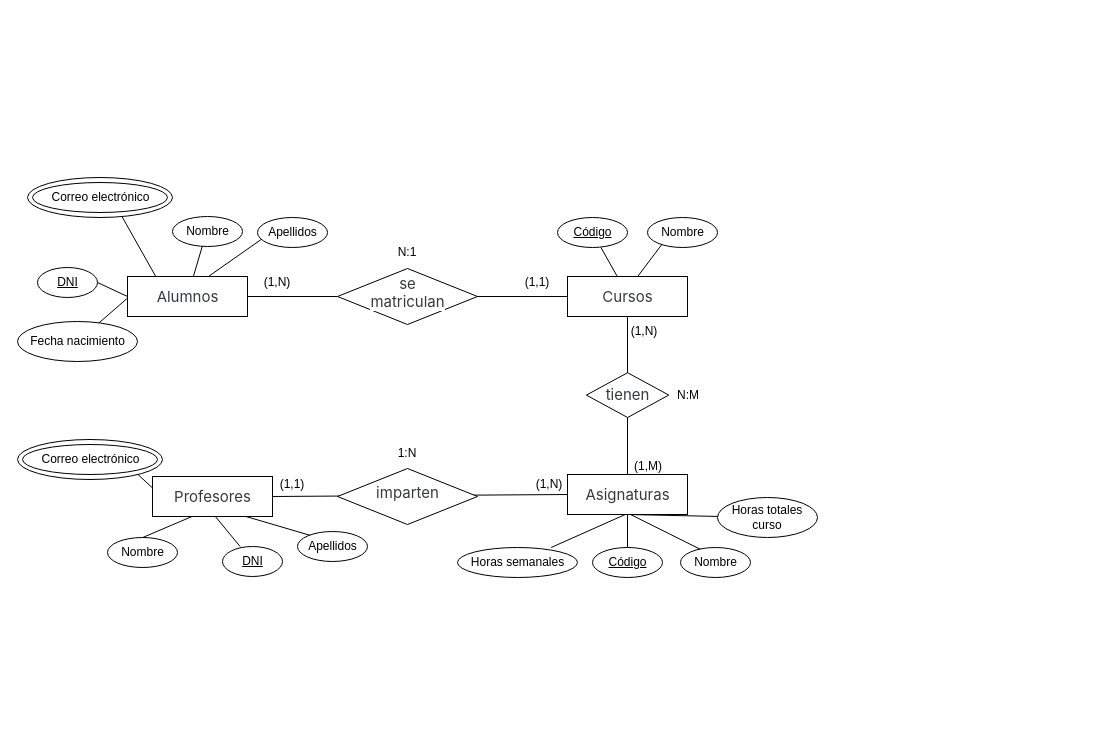
popnoart/popnoart keeps this draw.io diagram as Tarea 3 - Centro de formacion.drawio. Above is the earlier version. Source tidied: cells renumbered, new cells numbered last; positions are measured from the earlier drawing's top-left corner, leaving out a move shared by most shapes. Both pictures are drawn from the tidied source at 100%, with x=0, y=0 at pixel (17, 177).
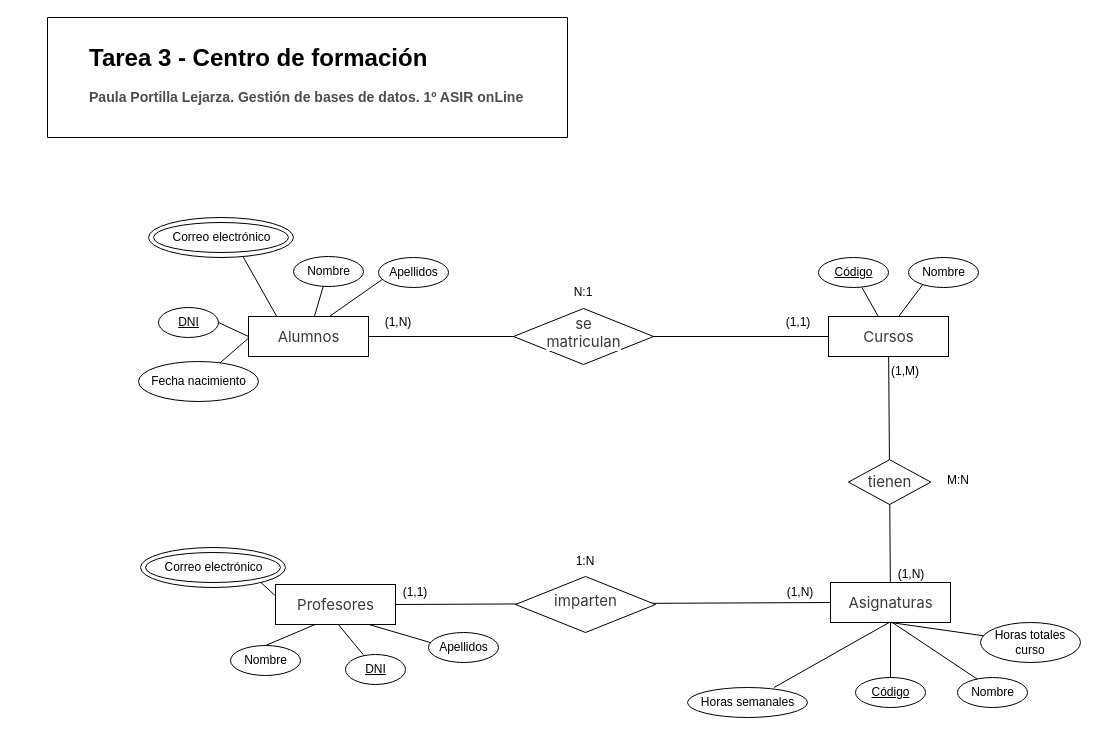
After the change.

The change refers to these unchanged cells:
```xml
<mxCell id="36" style="rounded=0;whiteSpace=wrap;html=1;labelBackgroundColor=default;" parent="35" vertex="1">
  <mxGeometry width="120" height="40" as="geometry" />
</mxCell>
<mxCell id="39" style="rounded=0;whiteSpace=wrap;html=1;" parent="38" vertex="1">
  <mxGeometry width="120" height="40" as="geometry" />
</mxCell>
<mxCell id="73" value="&lt;div style=&quot;text-align: left;&quot;&gt;&lt;font face=&quot;-apple-system, BlinkMacSystemFont, Segoe UI, Roboto, Helvetica Neue, Arial, Noto Sans, Liberation Sans, sans-serif, Apple Color Emoji, Segoe UI Emoji, Segoe UI Symbol, Noto Color Emoji&quot; color=&quot;#373a3c&quot;&gt;&lt;span style=&quot;font-size: 15px; text-wrap-mode: wrap; background-color: rgb(255, 255, 255);&quot;&gt;Profesores&lt;/span&gt;&lt;/font&gt;&lt;/div&gt;" style="text;html=1;align=center;verticalAlign=middle;points=[];strokeColor=none;fillColor=none;" parent="71" vertex="1">
  <mxGeometry x="10" y="5" width="100" height="30" as="geometry" />
</mxCell>
<mxCell id="80" value="Apellidos" style="text;html=1;align=center;verticalAlign=middle;points=[];strokeColor=none;fillColor=none;" parent="78" vertex="1">
  <mxGeometry width="70" height="30" as="geometry" />
</mxCell>
```

What changed in the source:
```diff
@@
-    <mxCell id="2" style="endArrow=none;html=1;rounded=0;entryX=0.517;entryY=1.108;entryDx=0;entryDy=0;entryPerimeter=0;" parent="1" edge="1" source="70" target="55">
-      <mxGeometry relative="1" as="geometry" />
-    </mxCell>
@@
-    <mxCell id="6" style="endArrow=none;html=1;rounded=0;entryX=0.691;entryY=1.026;entryDx=0;entryDy=0;entryPerimeter=0;exitX=0.286;exitY=0.2;exitDx=0;exitDy=0;exitPerimeter=0;" parent="1" edge="1" source="80" target="73">
-      <mxGeometry relative="1" as="geometry" />
+    <mxCell id="6" style="endArrow=none;html=1;rounded=0;entryX=0.691;entryY=1.026;entryDx=0;entryDy=0;entryPerimeter=0;exitX=0.286;exitY=0.2;exitDx=0;exitDy=0;exitPerimeter=0;" parent="1" edge="1" target="73">
+      <mxGeometry relative="1" as="geometry">
+        <mxPoint x="423" y="468" as="sourcePoint" />
+      </mxGeometry>
     </mxCell>
-    <mxCell id="7" style="endArrow=none;html=1;rounded=0;entryX=0.484;entryY=1.09;entryDx=0;entryDy=0;entryPerimeter=0;exitX=0.292;exitY=0.07;exitDx=0;exitDy=0;exitPerimeter=0;" parent="1" edge="1" source="64" target="55">
-      <mxGeometry relative="1" as="geometry" />
-    </mxCell>
-    <mxCell id="8" style="endArrow=none;html=1;rounded=0;" parent="1" edge="1" source="67" target="55">
-      <mxGeometry relative="1" as="geometry" />
-    </mxCell>
@@
     <mxCell id="12" style="endArrow=none;html=1;rounded=0;entryX=0;entryY=0.5;entryDx=0;entryDy=0;" parent="1" edge="1" target="39">
       <mxGeometry relative="1" as="geometry">
-        <mxPoint x="450" y="119" as="sourcePoint" />
+        <mxPoint x="626" y="159" as="sourcePoint" />
       </mxGeometry>
     </mxCell>
@@
     <mxCell id="18" style="group;labelBackgroundColor=default;" parent="1" vertex="1">
-      <mxGeometry x="155" y="39" width="70" height="30" as="geometry" />
+      <mxGeometry x="276" y="79" width="70" height="30" as="geometry" />
     </mxCell>
@@
     <mxCell id="21" style="group;labelBackgroundColor=default;" parent="1" vertex="1">
-      <mxGeometry x="240" y="40" width="70" height="30" as="geometry" />
+      <mxGeometry x="361" y="80" width="70" height="30" as="geometry" />
     </mxCell>
@@
     <mxCell id="24" style="group;labelBackgroundColor=default;" parent="1" vertex="1">
-      <mxGeometry x="20" y="90" width="60" height="30" as="geometry" />
+      <mxGeometry x="141" y="130" width="60" height="30" as="geometry" />
     </mxCell>
@@
     <mxCell id="27" style="group;labelBackgroundColor=default;" parent="1" vertex="1">
-      <mxGeometry y="144" width="120" height="40" as="geometry" />
+      <mxGeometry x="121" y="184" width="120" height="40" as="geometry" />
     </mxCell>
@@
     <mxCell id="30" style="group;labelBackgroundColor=default;" parent="1" vertex="1">
-      <mxGeometry x="10" width="205" height="40" as="geometry" />
+      <mxGeometry x="131" y="40" width="205" height="40" as="geometry" />
     </mxCell>
@@
     <mxCell id="35" style="group;" parent="1" vertex="1">
-      <mxGeometry x="110" y="99" width="120" height="40" as="geometry" />
+      <mxGeometry x="231" y="139" width="120" height="40" as="geometry" />
     </mxCell>
@@
     <mxCell id="38" style="group;labelBackgroundColor=default;" parent="1" vertex="1">
-      <mxGeometry x="550" y="99" width="120" height="45" as="geometry" />
+      <mxGeometry x="811" y="139" width="120" height="45" as="geometry" />
     </mxCell>
@@
     <mxCell id="41" style="group;labelBackgroundColor=default;" parent="1" vertex="1">
-      <mxGeometry x="630" y="40" width="70" height="30" as="geometry" />
+      <mxGeometry x="891" y="80" width="70" height="30" as="geometry" />
     </mxCell>
@@
     <mxCell id="44" style="group;labelBackgroundColor=default;" parent="1" vertex="1">
-      <mxGeometry x="540" y="40" width="70" height="30" as="geometry" />
+      <mxGeometry x="801" y="80" width="70" height="30" as="geometry" />
     </mxCell>
@@
     <mxCell id="47" style="group;labelBackgroundColor=default;" parent="1" vertex="1">
-      <mxGeometry x="310" y="97" width="170" height="50" as="geometry" />
+      <mxGeometry x="486" y="137" width="170" height="50" as="geometry" />
     </mxCell>
@@
     <mxCell id="50" style="endArrow=none;html=1;rounded=0;exitX=1;exitY=0.5;exitDx=0;exitDy=0;" parent="1" edge="1" source="36">
       <mxGeometry relative="1" as="geometry">
-        <mxPoint x="320" y="119" as="targetPoint" />
+        <mxPoint x="496" y="159" as="targetPoint" />
       </mxGeometry>
     </mxCell>
     <mxCell id="51" value="(1,1)" style="text;html=1;align=center;verticalAlign=middle;whiteSpace=wrap;rounded=0;" parent="1" vertex="1">
-      <mxGeometry x="490" y="90" width="60" height="30" as="geometry" />
+      <mxGeometry x="751" y="130" width="60" height="30" as="geometry" />
     </mxCell>
     <mxCell id="52" value="(1,&lt;span style=&quot;background-color: initial;&quot;&gt;N)&lt;/span&gt;" style="text;html=1;align=center;verticalAlign=middle;whiteSpace=wrap;rounded=0;" parent="1" vertex="1">
-      <mxGeometry x="230" y="90" width="60" height="30" as="geometry" />
+      <mxGeometry x="351" y="130" width="60" height="30" as="geometry" />
     </mxCell>
     <mxCell id="53" style="group;" parent="1" vertex="1">
-      <mxGeometry x="550" y="297" width="335" height="130" as="geometry" />
+      <mxGeometry x="693" y="422" width="335" height="130" as="geometry" />
     </mxCell>
+    <mxCell id="7" style="endArrow=none;html=1;rounded=0;entryX=0.484;entryY=1.09;entryDx=0;entryDy=0;entryPerimeter=0;exitX=0.292;exitY=0.07;exitDx=0;exitDy=0;exitPerimeter=0;" parent="53" edge="1" source="64" target="55">
+      <mxGeometry relative="1" as="geometry" />
+    </mxCell>
+    <mxCell id="2" style="endArrow=none;html=1;rounded=0;entryX=0.517;entryY=1.108;entryDx=0;entryDy=0;entryPerimeter=0;" parent="53" edge="1" source="70" target="55">
+      <mxGeometry relative="1" as="geometry" />
+    </mxCell>
     <mxCell id="54" style="rounded=0;whiteSpace=wrap;html=1;labelBackgroundColor=default;" parent="53" vertex="1">
-      <mxGeometry width="120" height="40" as="geometry" />
+      <mxGeometry x="120" y="-17" width="120" height="40" as="geometry" />
     </mxCell>
     <mxCell id="55" value="&lt;div style=&quot;text-align: left;&quot;&gt;&lt;font face=&quot;-apple-system, BlinkMacSystemFont, Segoe UI, Roboto, Helvetica Neue, Arial, Noto Sans, Liberation Sans, sans-serif, Apple Color Emoji, Segoe UI Emoji, Segoe UI Symbol, Noto Color Emoji&quot; color=&quot;#373a3c&quot;&gt;&lt;span style=&quot;font-size: 15px; text-wrap-mode: wrap; background-color: rgb(255, 255, 255);&quot;&gt;Asignaturas&lt;/span&gt;&lt;/font&gt;&lt;/div&gt;" style="text;html=1;align=center;verticalAlign=middle;points=[];strokeColor=none;fillColor=none;" parent="53" vertex="1">
-      <mxGeometry x="10" y="5" width="100" height="30" as="geometry" />
+      <mxGeometry x="130" y="-12" width="100" height="30" as="geometry" />
     </mxCell>
     <mxCell id="56" value="Horas totales curso" style="ellipse;whiteSpace=wrap;html=1;align=center;" parent="53" vertex="1">
-      <mxGeometry x="150" y="23" width="100" height="40" as="geometry" />
+      <mxGeometry x="270" y="23" width="100" height="40" as="geometry" />
     </mxCell>
@@
+    <mxCell id="68" style="group;" parent="53" vertex="1">
+      <mxGeometry x="-23" y="88" width="120" height="30" as="geometry" />
+    </mxCell>
+    <mxCell id="69" style="ellipse;whiteSpace=wrap;html=1;" parent="68" vertex="1">
+      <mxGeometry width="120" height="30" as="geometry" />
+    </mxCell>
+    <mxCell id="70" value="Horas semanales" style="text;html=1;align=center;verticalAlign=middle;points=[];strokeColor=none;fillColor=none;" parent="68" vertex="1">
+      <mxGeometry width="120" height="30" as="geometry" />
+    </mxCell>
+    <mxCell id="65" style="group;labelBackgroundColor=default;" parent="53" vertex="1">
+      <mxGeometry x="145" y="78" width="70" height="30" as="geometry" />
+    </mxCell>
+    <mxCell id="66" style="ellipse;whiteSpace=wrap;html=1;" parent="65" vertex="1">
+      <mxGeometry width="70" height="30" as="geometry" />
+    </mxCell>
+    <mxCell id="67" value="&lt;u&gt;Código&lt;/u&gt;" style="text;html=1;align=center;verticalAlign=middle;points=[];strokeColor=none;fillColor=none;" parent="65" vertex="1">
+      <mxGeometry x="5" width="60" height="30" as="geometry" />
+    </mxCell>
+    <mxCell id="8" style="endArrow=none;html=1;rounded=0;entryX=0.5;entryY=1;entryDx=0;entryDy=0;" parent="53" edge="1" source="67" target="54">
+      <mxGeometry relative="1" as="geometry" />
+    </mxCell>
+    <mxCell id="62" style="group;labelBackgroundColor=default;" parent="53" vertex="1">
+      <mxGeometry x="247" y="78" width="70" height="30" as="geometry" />
+    </mxCell>
+    <mxCell id="63" style="ellipse;whiteSpace=wrap;html=1;" parent="62" vertex="1">
+      <mxGeometry width="70" height="30" as="geometry" />
+    </mxCell>
+    <mxCell id="64" value="Nombre" style="text;html=1;align=center;verticalAlign=middle;points=[];strokeColor=none;fillColor=none;" parent="62" vertex="1">
+      <mxGeometry width="70" height="30" as="geometry" />
+    </mxCell>
     <mxCell id="58" style="group;labelBackgroundColor=default;" parent="1" vertex="1">
-      <mxGeometry x="563" y="200" width="100" height="40" as="geometry" />
+      <mxGeometry x="825" y="287" width="100" height="40" as="geometry" />
     </mxCell>
@@
-    <mxCell id="61" value="(1,M)" style="text;html=1;align=center;verticalAlign=middle;whiteSpace=wrap;rounded=0;" parent="1" vertex="1">
-      <mxGeometry x="601" y="274" width="60" height="30" as="geometry" />
+    <mxCell id="61" value="(1,N)" style="text;html=1;align=center;verticalAlign=middle;whiteSpace=wrap;rounded=0;" parent="1" vertex="1">
+      <mxGeometry x="864" y="382" width="60" height="30" as="geometry" />
     </mxCell>
-    <mxCell id="62" style="group;labelBackgroundColor=default;" parent="1" vertex="1">
-      <mxGeometry x="663" y="370" width="70" height="30" as="geometry" />
-    </mxCell>
-    <mxCell id="63" style="ellipse;whiteSpace=wrap;html=1;" parent="62" vertex="1">
-      <mxGeometry width="70" height="30" as="geometry" />
-    </mxCell>
-    <mxCell id="64" value="Nombre" style="text;html=1;align=center;verticalAlign=middle;points=[];strokeColor=none;fillColor=none;" parent="62" vertex="1">
-      <mxGeometry width="70" height="30" as="geometry" />
-    </mxCell>
-    <mxCell id="65" style="group;labelBackgroundColor=default;" parent="1" vertex="1">
-      <mxGeometry x="575" y="370" width="70" height="30" as="geometry" />
-    </mxCell>
-    <mxCell id="66" style="ellipse;whiteSpace=wrap;html=1;" parent="65" vertex="1">
-      <mxGeometry width="70" height="30" as="geometry" />
-    </mxCell>
-    <mxCell id="67" value="&lt;u&gt;Código&lt;/u&gt;" style="text;html=1;align=center;verticalAlign=middle;points=[];strokeColor=none;fillColor=none;" parent="65" vertex="1">
-      <mxGeometry x="5" width="60" height="30" as="geometry" />
-    </mxCell>
-    <mxCell id="68" style="group;" parent="1" vertex="1">
-      <mxGeometry x="440" y="370" width="120" height="30" as="geometry" />
-    </mxCell>
-    <mxCell id="69" style="ellipse;whiteSpace=wrap;html=1;" parent="68" vertex="1">
-      <mxGeometry width="120" height="30" as="geometry" />
-    </mxCell>
-    <mxCell id="70" value="Horas semanales" style="text;html=1;align=center;verticalAlign=middle;points=[];strokeColor=none;fillColor=none;" parent="68" vertex="1">
-      <mxGeometry width="120" height="30" as="geometry" />
-    </mxCell>
     <mxCell id="71" style="group;" parent="1" vertex="1">
-      <mxGeometry x="135" y="299" width="120" height="40" as="geometry" />
+      <mxGeometry x="258" y="407" width="120" height="40" as="geometry" />
     </mxCell>
@@
     <mxCell id="75" style="group;labelBackgroundColor=default;" parent="1" vertex="1">
-      <mxGeometry x="310" y="297" width="170" height="50" as="geometry" />
+      <mxGeometry x="488" y="405" width="170" height="50" as="geometry" />
     </mxCell>
@@
     <mxCell id="78" style="group;labelBackgroundColor=default;" parent="1" vertex="1">
-      <mxGeometry x="280" y="354" width="70" height="30" as="geometry" />
+      <mxGeometry x="411" y="455" width="70" height="30" as="geometry" />
     </mxCell>
@@
     <mxCell id="81" style="group;labelBackgroundColor=default;" parent="1" vertex="1">
-      <mxGeometry x="205" y="369" width="60" height="30" as="geometry" />
+      <mxGeometry x="328" y="477" width="60" height="30" as="geometry" />
     </mxCell>
@@
     <mxCell id="84" style="group;labelBackgroundColor=default;" parent="1" vertex="1">
-      <mxGeometry x="90" y="360" width="70" height="30" as="geometry" />
+      <mxGeometry x="213" y="468" width="70" height="30" as="geometry" />
     </mxCell>
@@
     <mxCell id="87" style="group;labelBackgroundColor=default;" parent="1" vertex="1">
-      <mxGeometry y="262" width="205" height="40" as="geometry" />
+      <mxGeometry x="123" y="370" width="205" height="40" as="geometry" />
     </mxCell>
@@
     <mxCell id="92" value="(1,N)" style="text;html=1;align=center;verticalAlign=middle;whiteSpace=wrap;rounded=0;" parent="1" vertex="1">
-      <mxGeometry x="502" y="280" width="60" height="54" as="geometry" />
+      <mxGeometry x="753" y="388" width="60" height="54" as="geometry" />
     </mxCell>
     <mxCell id="93" value="(1,1)" style="text;html=1;align=center;verticalAlign=middle;whiteSpace=wrap;rounded=0;" parent="1" vertex="1">
-      <mxGeometry x="255" y="292" width="40" height="30" as="geometry" />
+      <mxGeometry x="378" y="400" width="40" height="30" as="geometry" />
     </mxCell>
-    <mxCell id="94" value="(1,&lt;span style=&quot;background-color: initial;&quot;&gt;N)&lt;/span&gt;" style="text;html=1;align=center;verticalAlign=middle;whiteSpace=wrap;rounded=0;" parent="1" vertex="1">
-      <mxGeometry x="597" y="139" width="60" height="30" as="geometry" />
+    <mxCell id="94" value="(1,&lt;span style=&quot;background-color: initial;&quot;&gt;M)&lt;/span&gt;" style="text;html=1;align=center;verticalAlign=middle;whiteSpace=wrap;rounded=0;" parent="1" vertex="1">
+      <mxGeometry x="858" y="179" width="60" height="30" as="geometry" />
     </mxCell>
-    <mxCell id="95" value="N:M" style="text;html=1;align=center;verticalAlign=middle;whiteSpace=wrap;rounded=0;" parent="1" vertex="1">
-      <mxGeometry x="641" y="191" width="60" height="54" as="geometry" />
+    <mxCell id="95" value="M:N" style="text;html=1;align=center;verticalAlign=middle;whiteSpace=wrap;rounded=0;" parent="1" vertex="1">
+      <mxGeometry x="911" y="276" width="60" height="54" as="geometry" />
     </mxCell>
@@
     <mxCell id="97" value="N:1" style="text;html=1;align=center;verticalAlign=middle;whiteSpace=wrap;rounded=0;" parent="1" vertex="1">
-      <mxGeometry x="360" y="48" width="60" height="54" as="geometry" />
+      <mxGeometry x="536" y="88" width="60" height="54" as="geometry" />
     </mxCell>
     <mxCell id="98" value="1:N" style="text;html=1;align=center;verticalAlign=middle;whiteSpace=wrap;rounded=0;" parent="1" vertex="1">
-      <mxGeometry x="360" y="249" width="60" height="54" as="geometry" />
+      <mxGeometry x="538" y="357" width="60" height="54" as="geometry" />
     </mxCell>
+    <mxCell id="99" style="swimlane;startSize=0;" parent="1" vertex="1">
+      <mxGeometry x="30" y="-160" width="520" height="120" as="geometry" />
+    </mxCell>
+    <mxCell id="100" value="&lt;h1 style=&quot;margin-top: 0px;&quot;&gt;Tarea 3 - Centro de formación&lt;/h1&gt;&lt;h3&gt;&lt;font color=&quot;#4d4d4d&quot;&gt;Paula Portilla Lejarza.&amp;nbsp;&lt;/font&gt;&lt;span style=&quot;background-color: initial; font-size: 14.04px;&quot;&gt;&lt;font color=&quot;#4d4d4d&quot;&gt;Gestión de bases de datos. 1º ASIR onLine&lt;/font&gt;&lt;/span&gt;&lt;/h3&gt;" style="text;html=1;whiteSpace=wrap;overflow=hidden;rounded=0;" parent="99" vertex="1">
+      <mxGeometry x="40" y="20" width="860" height="120" as="geometry" />
+    </mxCell>
```
